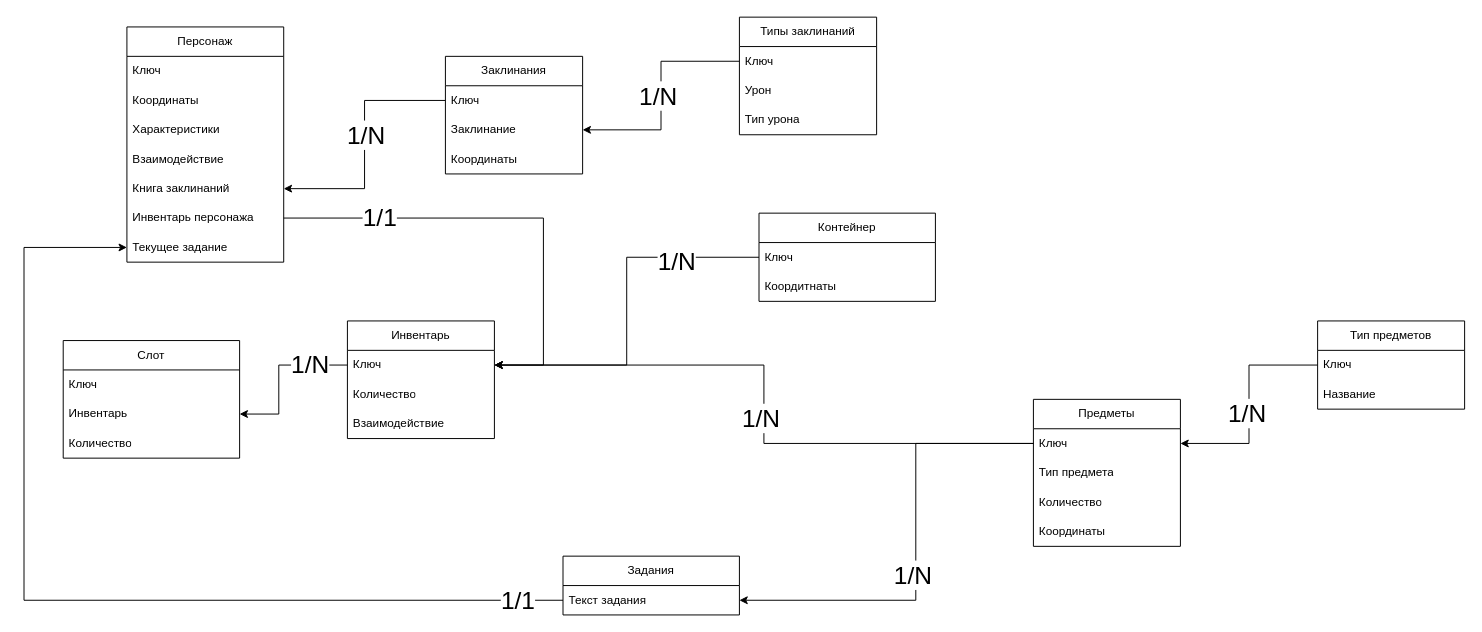
Above: ER.drawio in Alv1or/RPG (draw.io), before the change. Source tidied: cells renumbered, new cells numbered last; positions are measured from the earlier drawing's top-left corner, leaving out a move shared by most shapes. Both pictures are drawn from the tidied source at 98%, with x=0, y=0 at pixel (24, 17).
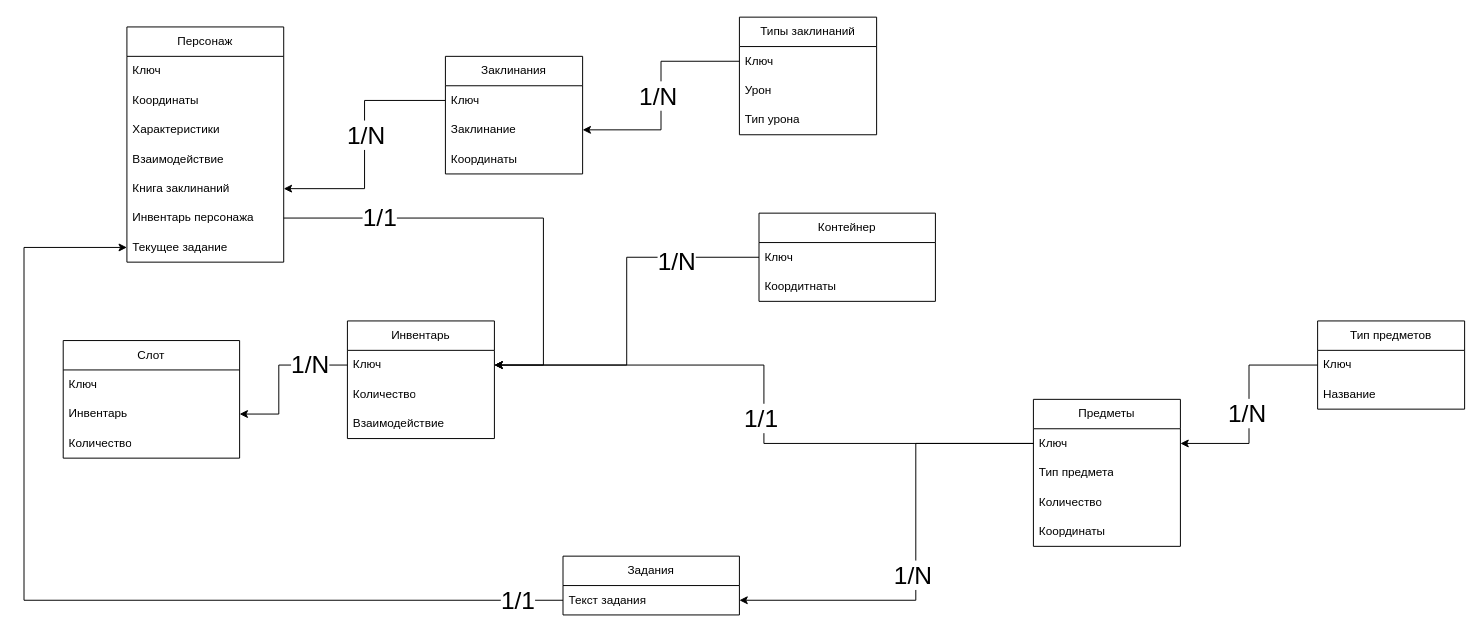
Above is the later version.

The change refers to these unchanged cells:
```xml
<mxCell id="53" style="edgeStyle=orthogonalEdgeStyle;rounded=0;jettySize=auto;html=1;entryX=1;entryY=0.5;entryDx=0;entryDy=0;" parent="1" edge="1" source="21" target="3">
  <mxGeometry relative="1" as="geometry" />
</mxCell>
```

Diff of the diagram source:
```diff
@@
-    <mxCell id="54" value="&lt;font style=&quot;font-size: 25px;&quot;&gt;1/N&lt;/font&gt;" style="edgeLabel;html=1;align=center;verticalAlign=middle;" parent="53" vertex="1">
+    <mxCell id="54" value="&lt;font style=&quot;font-size: 25px;&quot;&gt;1/1&lt;/font&gt;" style="edgeLabel;html=1;align=center;verticalAlign=middle;" parent="53" vertex="1">
       <mxGeometry x="-0.04" y="3" relative="1" as="geometry">
         <mxPoint x="-1" as="offset" />
       </mxGeometry>
     </mxCell>
```
